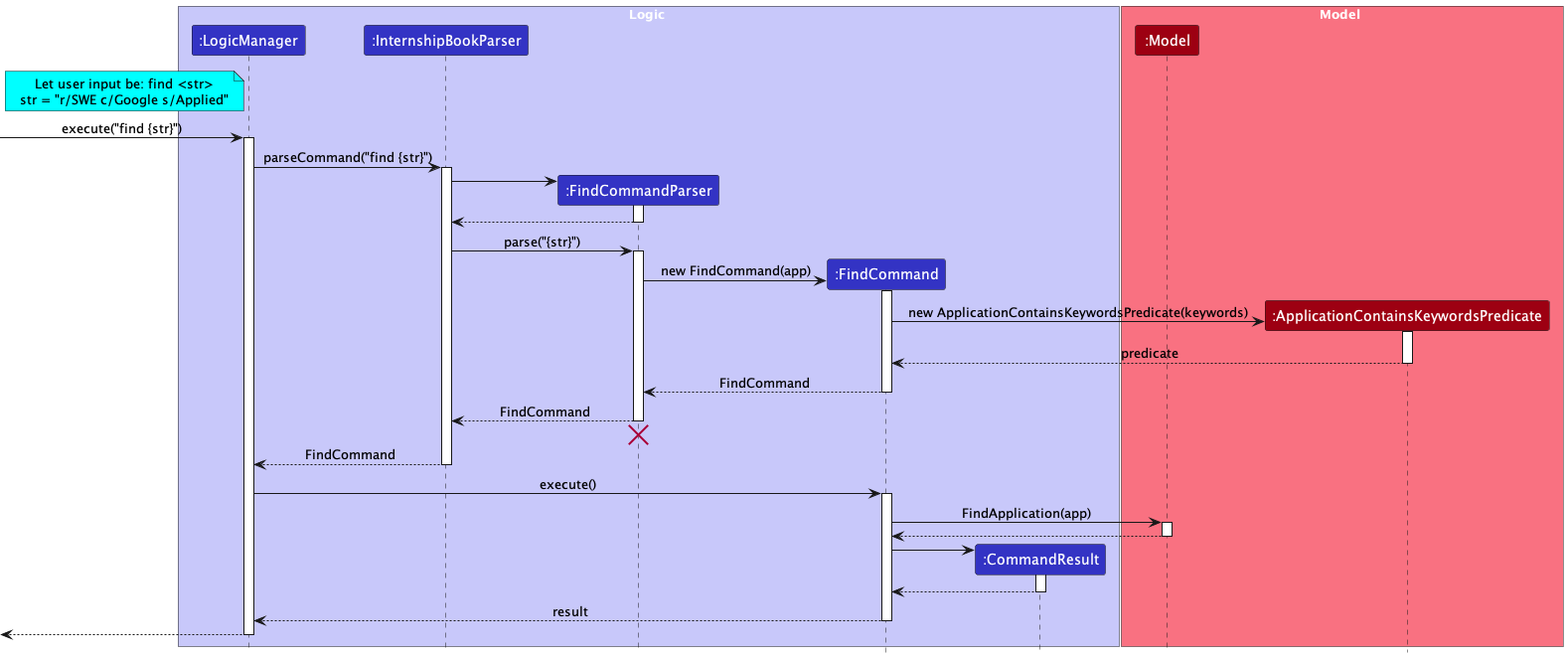
nus-cs2103-AY2223S2/tp keeps this PlantUML diagram as docs/images/FindApplicationSequenceDiagram.png. Above is the earlier version. Its diagram source:
```plantuml
@startuml
!include style.puml

box Logic LOGIC_COLOR_T1
participant ":LogicManager" as LogicManager LOGIC_COLOR
participant ":InternshipBookParser" as InternshipBookParser LOGIC_COLOR
participant ":FindCommandParser" as FindCommandParser LOGIC_COLOR
participant ":FindCommand" as FindCommand LOGIC_COLOR
participant ":CommandResult" as CommandResult LOGIC_COLOR

end box

box Model MODEL_COLOR_T1
participant ":Model" as Model MODEL_COLOR
participant ":ApplicationContainsKeywordsPredicate" as ApplicationContainsKeywordsPredicate MODEL_COLOR
end box

note left of LogicManager #aqua
Let user input be: find <str>
str = "r/SWE c/Google s/Applied"
end note

[-> LogicManager : execute("find {str}")
activate LogicManager

LogicManager -> InternshipBookParser : parseCommand("find {str}")
activate InternshipBookParser

create FindCommandParser
InternshipBookParser -> FindCommandParser
activate FindCommandParser

FindCommandParser --> InternshipBookParser
deactivate FindCommandParser

InternshipBookParser -> FindCommandParser : parse("{str}")
activate FindCommandParser

create FindCommand
FindCommandParser -> FindCommand : new FindCommand(app)
activate FindCommand

create ApplicationContainsKeywordsPredicate
FindCommand -> ApplicationContainsKeywordsPredicate: new ApplicationContainsKeywordsPredicate(keywords)
activate ApplicationContainsKeywordsPredicate

ApplicationContainsKeywordsPredicate --> FindCommand : predicate
deactivate ApplicationContainsKeywordsPredicate

FindCommand --> FindCommandParser : FindCommand
deactivate FindCommand

FindCommandParser --> InternshipBookParser : FindCommand
deactivate FindCommandParser
FindCommandParser -[hidden]-> InternshipBookParser
destroy FindCommandParser

InternshipBookParser --> LogicManager : FindCommand
deactivate InternshipBookParser

LogicManager -> FindCommand : execute()
activate FindCommand

FindCommand -> Model : FindApplication(app)
activate Model

Model --> FindCommand
deactivate Model

create CommandResult
FindCommand -> CommandResult
activate CommandResult

CommandResult --> FindCommand
deactivate CommandResult

FindCommand --> LogicManager : result
deactivate FindCommand

[<--LogicManager
deactivate LogicManager
@enduml
```
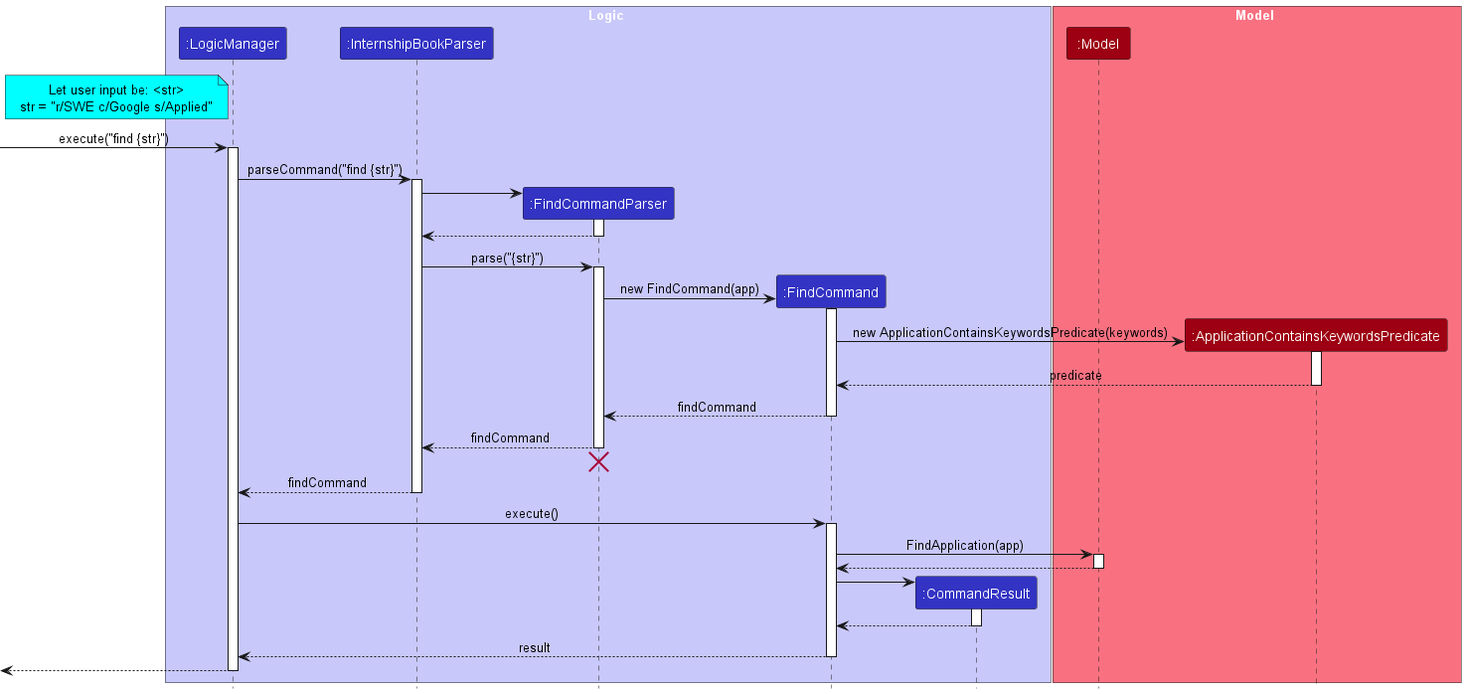
The same diagram one commit later.

Change to the diagram source:
```diff
@@ -16,7 +16,7 @@
 end box
 
 note left of LogicManager #aqua
-Let user input be: find <str>
+Let user input be: <str>
 str = "r/SWE c/Google s/Applied"
 end note
 
@@ -47,15 +47,15 @@
 ApplicationContainsKeywordsPredicate --> FindCommand : predicate
 deactivate ApplicationContainsKeywordsPredicate
 
-FindCommand --> FindCommandParser : FindCommand
+FindCommand --> FindCommandParser : findCommand
 deactivate FindCommand
 
-FindCommandParser --> InternshipBookParser : FindCommand
+FindCommandParser --> InternshipBookParser : findCommand
 deactivate FindCommandParser
 FindCommandParser -[hidden]-> InternshipBookParser
 destroy FindCommandParser
 
-InternshipBookParser --> LogicManager : FindCommand
+InternshipBookParser --> LogicManager : findCommand
 deactivate InternshipBookParser
 
 LogicManager -> FindCommand : execute()
```
